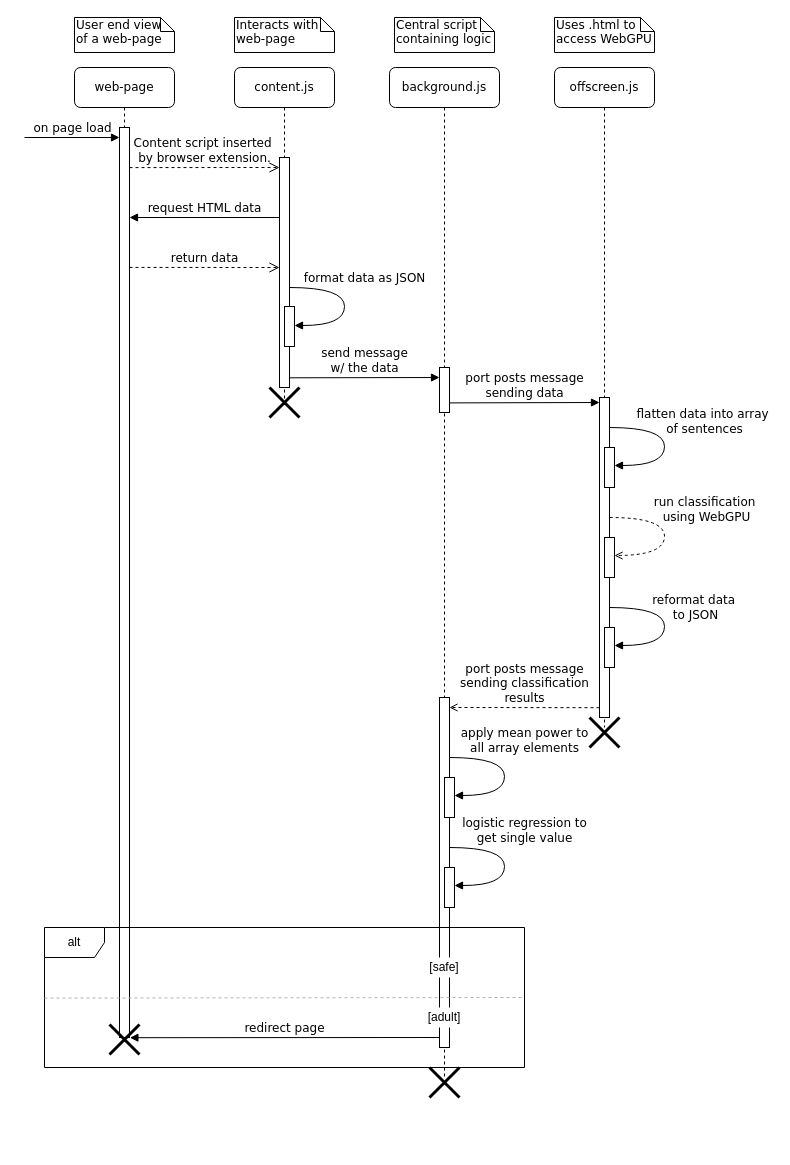
Before: diagrams/PyroBlockerSequenceBeta.drawio in 3cho11/PyroBlocker, a draw.io diagram. Source tidied: cells renumbered, new cells numbered last; positions are measured from the earlier drawing's top-left corner, leaving out a move shared by most shapes. Both pictures are drawn from the tidied source at 100%, with x=0, y=0 at pixel (24, 17).
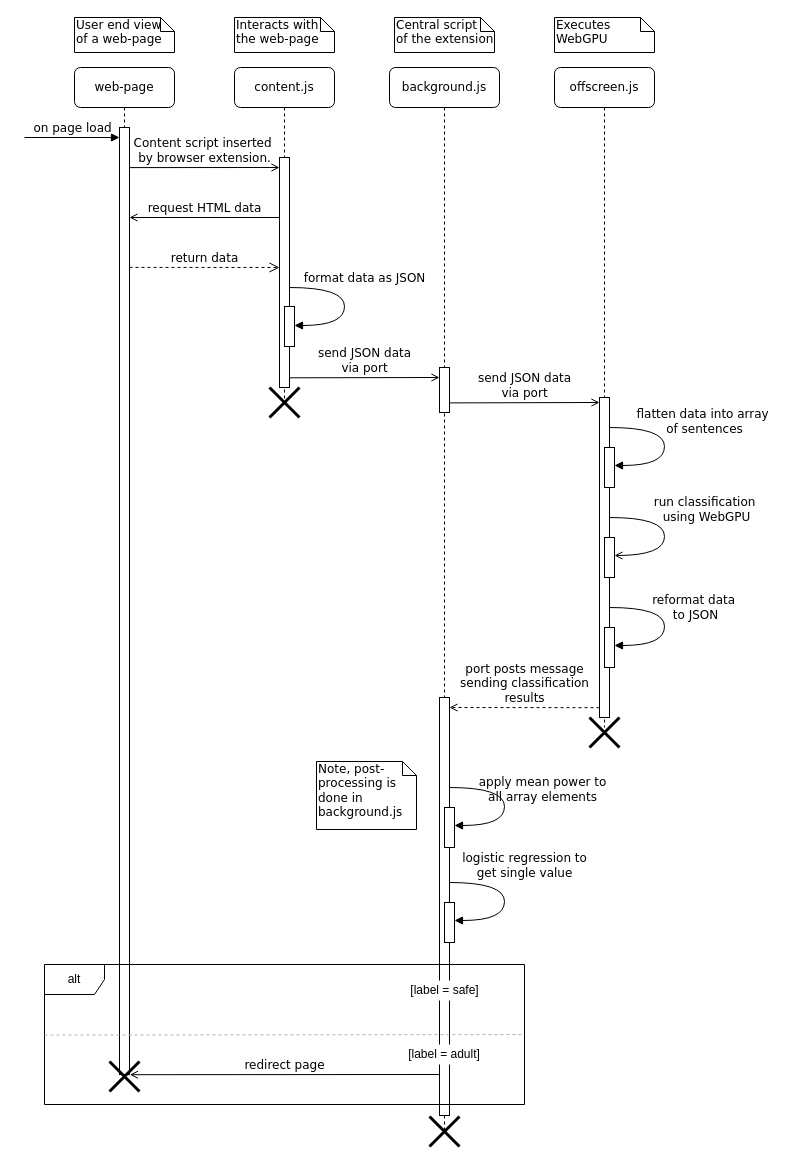
The same diagram, later.

Unchanged cells that the change refers to:
```xml
<mxCell id="11" value="offscreen.js" style="shape=umlLifeline;perimeter=lifelinePerimeter;whiteSpace=wrap;html=1;rounded=1;shadow=0;comic=0;labelBackgroundColor=none;strokeWidth=1;fontFamily=Verdana;fontSize=12;align=center;" parent="1" vertex="1">
  <mxGeometry x="530" y="50" width="100" height="660" as="geometry" />
</mxCell>
<mxCell id="23" value="content.js" style="shape=umlLifeline;perimeter=lifelinePerimeter;whiteSpace=wrap;html=1;rounded=1;shadow=0;comic=0;labelBackgroundColor=none;strokeWidth=1;fontFamily=Verdana;fontSize=12;align=center;" parent="1" vertex="1">
  <mxGeometry x="210" y="50" width="100" height="340" as="geometry" />
</mxCell>
```

The edit, as a diff of the source:
```diff
@@
     <mxCell id="2" value="background.js" style="shape=umlLifeline;perimeter=lifelinePerimeter;whiteSpace=wrap;html=1;rounded=1;shadow=0;comic=0;labelBackgroundColor=none;strokeWidth=1;fontFamily=Verdana;fontSize=12;align=center;" parent="1" vertex="1">
-      <mxGeometry x="365" y="50" width="110" height="1010" as="geometry" />
+      <mxGeometry x="365" y="50" width="110" height="1064" as="geometry" />
     </mxCell>
@@
     <mxCell id="4" style="html=1;perimeter=orthogonalPerimeter;rounded=0;shadow=0;comic=0;labelBackgroundColor=none;strokeWidth=1;fontFamily=Verdana;fontSize=12;align=center;" parent="2" vertex="1">
-      <mxGeometry x="50" y="630" width="10" height="350" as="geometry" />
+      <mxGeometry x="50" y="630" width="10" height="418" as="geometry" />
     </mxCell>
     <mxCell id="5" style="html=1;perimeter=orthogonalPerimeter;rounded=0;shadow=0;comic=0;labelBackgroundColor=none;strokeWidth=1;fontFamily=Verdana;fontSize=12;align=center;" parent="2" vertex="1">
-      <mxGeometry x="55" y="710" width="10" height="40" as="geometry" />
+      <mxGeometry x="55" y="740" width="10" height="40" as="geometry" />
     </mxCell>
     <mxCell id="6" value="apply mean power to&lt;br&gt;all array elements" style="html=1;verticalAlign=bottom;endArrow=block;labelBackgroundColor=none;fontFamily=Verdana;fontSize=12;elbow=vertical;edgeStyle=orthogonalEdgeStyle;curved=1;entryX=1;entryY=0.286;entryPerimeter=0;exitX=1.038;exitY=0.345;exitPerimeter=0;" parent="2" edge="1">
-      <mxGeometry x="-0.23" y="20" relative="1" as="geometry">
-        <mxPoint x="60" y="690" as="sourcePoint" />
-        <mxPoint x="65" y="728" as="targetPoint" />
+      <mxGeometry x="-0.23" y="19" relative="1" as="geometry">
+        <mxPoint x="60" y="720" as="sourcePoint" />
+        <mxPoint x="65" y="758" as="targetPoint" />
         <Array as="points">
-          <mxPoint x="115" y="690" />
-          <mxPoint x="115" y="728" />
+          <mxPoint x="115" y="720" />
+          <mxPoint x="115" y="758" />
         </Array>
+        <mxPoint x="19" y="19" as="offset" />
       </mxGeometry>
     </mxCell>
     <mxCell id="7" style="html=1;perimeter=orthogonalPerimeter;rounded=0;shadow=0;comic=0;labelBackgroundColor=none;strokeWidth=1;fontFamily=Verdana;fontSize=12;align=center;" parent="2" vertex="1">
-      <mxGeometry x="55" y="800" width="10" height="40" as="geometry" />
+      <mxGeometry x="55" y="835" width="10" height="40" as="geometry" />
     </mxCell>
     <mxCell id="8" value="logistic regression to &lt;br&gt;get single value" style="html=1;verticalAlign=bottom;endArrow=block;labelBackgroundColor=none;fontFamily=Verdana;fontSize=12;elbow=vertical;edgeStyle=orthogonalEdgeStyle;curved=1;entryX=1;entryY=0.286;entryPerimeter=0;exitX=1.038;exitY=0.345;exitPerimeter=0;" parent="2" edge="1">
       <mxGeometry x="-0.23" y="20" relative="1" as="geometry">
-        <mxPoint x="60" y="780" as="sourcePoint" />
-        <mxPoint x="65" y="818" as="targetPoint" />
+        <mxPoint x="60" y="815" as="sourcePoint" />
+        <mxPoint x="65" y="853" as="targetPoint" />
         <Array as="points">
-          <mxPoint x="115" y="780" />
-          <mxPoint x="115" y="818" />
+          <mxPoint x="115" y="815" />
+          <mxPoint x="115" y="853" />
         </Array>
       </mxGeometry>
     </mxCell>
-    <mxCell id="9" value="[safe]" style="rounded=0;whiteSpace=wrap;html=1;strokeColor=none;" parent="2" vertex="1">
-      <mxGeometry x="30" y="890" width="50" height="20" as="geometry" />
+    <mxCell id="9" value="[label = safe]" style="rounded=0;whiteSpace=wrap;html=1;strokeColor=none;" parent="2" vertex="1">
+      <mxGeometry x="17.5" y="913" width="75" height="20" as="geometry" />
     </mxCell>
-    <mxCell id="10" style="shape=umlDestroy;whiteSpace=wrap;html=1;strokeWidth=3;targetShapes=umlLifeline;" parent="2" vertex="1">
-      <mxGeometry x="40" y="1000" width="30" height="30" as="geometry" />
-    </mxCell>
@@
-    <mxCell id="14" value="&lt;div&gt;run classification&amp;nbsp;&lt;/div&gt;&lt;div&gt;using WebGPU&lt;/div&gt;" style="html=1;verticalAlign=bottom;endArrow=open;labelBackgroundColor=none;fontFamily=Verdana;fontSize=12;elbow=vertical;edgeStyle=orthogonalEdgeStyle;curved=1;entryX=1;entryY=0.286;entryPerimeter=0;exitX=1.038;exitY=0.345;exitPerimeter=0;dashed=1;endFill=0;" parent="11" edge="1">
+    <mxCell id="14" value="&lt;div&gt;run classification&amp;nbsp;&lt;/div&gt;&lt;div&gt;using WebGPU&lt;/div&gt;" style="html=1;verticalAlign=bottom;endArrow=open;labelBackgroundColor=none;fontFamily=Verdana;fontSize=12;elbow=vertical;edgeStyle=orthogonalEdgeStyle;curved=1;entryX=1;entryY=0.286;entryPerimeter=0;exitX=1.038;exitY=0.345;exitPerimeter=0;endFill=0;" parent="11" edge="1">
       <mxGeometry x="-0.1" y="42" relative="1" as="geometry">
         <mxPoint x="55" y="450" as="sourcePoint" />
         <mxPoint x="60" y="488" as="targetPoint" />
         <Array as="points">
           <mxPoint x="110" y="450" />
           <mxPoint x="110" y="488" />
         </Array>
       </mxGeometry>
     </mxCell>
@@
-    <mxCell id="19" value="port posts message&lt;br&gt;sending data" style="html=1;verticalAlign=bottom;endArrow=block;entryX=0;entryY=0;labelBackgroundColor=none;fontFamily=Verdana;fontSize=12;edgeStyle=elbowEdgeStyle;elbow=vertical;" parent="11" edge="1">
+    <mxCell id="19" value="&lt;div&gt;send JSON data&lt;/div&gt;&lt;div&gt;via port&lt;/div&gt;" style="html=1;verticalAlign=bottom;endArrow=open;entryX=0;entryY=0;labelBackgroundColor=none;fontFamily=Verdana;fontSize=12;edgeStyle=elbowEdgeStyle;elbow=vertical;endFill=0;" parent="11" edge="1">
       <mxGeometry relative="1" as="geometry">
         <mxPoint x="-105" y="335.4" as="sourcePoint" />
         <mxPoint x="45" y="335.3" as="targetPoint" />
       </mxGeometry>
     </mxCell>
     <mxCell id="20" value="web-page" style="shape=umlLifeline;perimeter=lifelinePerimeter;whiteSpace=wrap;html=1;rounded=1;shadow=0;comic=0;labelBackgroundColor=none;strokeWidth=1;fontFamily=Verdana;fontSize=12;align=center;" parent="1" vertex="1">
-      <mxGeometry x="50" y="50" width="100" height="970" as="geometry" />
+      <mxGeometry x="50" y="50" width="100" height="1007" as="geometry" />
     </mxCell>
     <mxCell id="21" style="html=1;perimeter=orthogonalPerimeter;rounded=0;shadow=0;comic=0;labelBackgroundColor=none;strokeWidth=1;fontFamily=Verdana;fontSize=12;align=center;" parent="20" vertex="1">
-      <mxGeometry x="45" y="60" width="10" height="910" as="geometry" />
+      <mxGeometry x="45" y="60" width="10" height="947" as="geometry" />
     </mxCell>
@@
-    <mxCell id="27" value="send message&lt;br&gt;w/ the data" style="html=1;verticalAlign=bottom;endArrow=block;entryX=0;entryY=0;labelBackgroundColor=none;fontFamily=Verdana;fontSize=12;edgeStyle=elbowEdgeStyle;elbow=vertical;" parent="23" edge="1">
+    <mxCell id="27" value="&lt;div&gt;send JSON data&lt;/div&gt;&lt;div&gt;via port&lt;/div&gt;" style="html=1;verticalAlign=bottom;endArrow=open;entryX=0;entryY=0;labelBackgroundColor=none;fontFamily=Verdana;fontSize=12;edgeStyle=elbowEdgeStyle;elbow=vertical;endFill=0;" parent="23" edge="1">
       <mxGeometry relative="1" as="geometry">
         <mxPoint x="55" y="310.3" as="sourcePoint" />
         <mxPoint x="205" y="310.2" as="targetPoint" />
       </mxGeometry>
     </mxCell>
@@
-    <mxCell id="29" value="&lt;div&gt;Interacts with&lt;/div&gt;&lt;div&gt;web-page&lt;br&gt;&lt;/div&gt;" style="shape=note;whiteSpace=wrap;html=1;size=14;verticalAlign=top;align=left;spacingTop=-6;rounded=0;shadow=0;comic=0;labelBackgroundColor=none;strokeWidth=1;fontFamily=Verdana;fontSize=12;" parent="1" vertex="1">
+    <mxCell id="29" value="&lt;div&gt;Interacts with&lt;/div&gt;&lt;div&gt;the web-page&lt;br&gt;&lt;/div&gt;" style="shape=note;whiteSpace=wrap;html=1;size=14;verticalAlign=top;align=left;spacingTop=-6;rounded=0;shadow=0;comic=0;labelBackgroundColor=none;strokeWidth=1;fontFamily=Verdana;fontSize=12;" parent="1" vertex="1">
       <mxGeometry x="210" width="100" height="35" as="geometry" />
     </mxCell>
-    <mxCell id="30" value="Central script&lt;br&gt;containing logic" style="shape=note;whiteSpace=wrap;html=1;size=14;verticalAlign=top;align=left;spacingTop=-6;rounded=0;shadow=0;comic=0;labelBackgroundColor=none;strokeWidth=1;fontFamily=Verdana;fontSize=12;" parent="1" vertex="1">
+    <mxCell id="30" value="&lt;div&gt;Central script&lt;/div&gt;&lt;div&gt;of the extension&lt;/div&gt;" style="shape=note;whiteSpace=wrap;html=1;size=14;verticalAlign=top;align=left;spacingTop=-6;rounded=0;shadow=0;comic=0;labelBackgroundColor=none;strokeWidth=1;fontFamily=Verdana;fontSize=12;" parent="1" vertex="1">
       <mxGeometry x="370" width="100" height="35" as="geometry" />
     </mxCell>
-    <mxCell id="31" value="&lt;div&gt;Uses .html to&lt;/div&gt;&lt;div&gt;access WebGPU&lt;br&gt;&lt;/div&gt;" style="shape=note;whiteSpace=wrap;html=1;size=14;verticalAlign=top;align=left;spacingTop=-6;rounded=0;shadow=0;comic=0;labelBackgroundColor=none;strokeWidth=1;fontFamily=Verdana;fontSize=12;" parent="1" vertex="1">
+    <mxCell id="31" value="&lt;div&gt;Executes&lt;/div&gt;&lt;div&gt;WebGPU&lt;/div&gt;" style="shape=note;whiteSpace=wrap;html=1;size=14;verticalAlign=top;align=left;spacingTop=-6;rounded=0;shadow=0;comic=0;labelBackgroundColor=none;strokeWidth=1;fontFamily=Verdana;fontSize=12;" parent="1" vertex="1">
       <mxGeometry x="530" width="100" height="35" as="geometry" />
     </mxCell>
@@
-    <mxCell id="33" value="&lt;div&gt;Content script inserted&amp;nbsp;&lt;/div&gt;&lt;div&gt;by browser extension.&lt;br&gt;&lt;/div&gt;" style="html=1;verticalAlign=bottom;endArrow=open;entryX=0;entryY=0;labelBackgroundColor=none;fontFamily=Verdana;fontSize=12;edgeStyle=elbowEdgeStyle;elbow=vertical;dashed=1;endSize=8;endFill=0;" parent="1" edge="1">
+    <mxCell id="33" value="&lt;div&gt;Content script inserted&amp;nbsp;&lt;/div&gt;&lt;div&gt;by browser extension.&lt;br&gt;&lt;/div&gt;" style="html=1;verticalAlign=bottom;endArrow=open;entryX=0;entryY=0;labelBackgroundColor=none;fontFamily=Verdana;fontSize=12;edgeStyle=elbowEdgeStyle;elbow=vertical;endSize=6;endFill=0;" parent="1" edge="1">
       <mxGeometry relative="1" as="geometry">
         <mxPoint x="105" y="150.1" as="sourcePoint" />
         <mxPoint x="255" y="150" as="targetPoint" />
       </mxGeometry>
     </mxCell>
-    <mxCell id="34" value="request HTML data" style="html=1;verticalAlign=bottom;endArrow=block;labelBackgroundColor=none;fontFamily=Verdana;fontSize=12;edgeStyle=elbowEdgeStyle;elbow=vertical;" parent="1" edge="1">
+    <mxCell id="34" value="request HTML data" style="html=1;verticalAlign=bottom;endArrow=open;labelBackgroundColor=none;fontFamily=Verdana;fontSize=12;edgeStyle=elbowEdgeStyle;elbow=vertical;endFill=0;" parent="1" edge="1">
       <mxGeometry relative="1" as="geometry">
         <mxPoint x="255" y="200" as="sourcePoint" />
         <mxPoint x="105" y="200.3" as="targetPoint" />
       </mxGeometry>
     </mxCell>
@@
     <mxCell id="36" value="alt" style="shape=umlFrame;whiteSpace=wrap;html=1;" parent="1" vertex="1">
-      <mxGeometry x="20" y="910" width="480" height="140" as="geometry" />
+      <mxGeometry x="20" y="947" width="480" height="140" as="geometry" />
     </mxCell>
-    <mxCell id="37" value="redirect page" style="html=1;verticalAlign=bottom;endArrow=block;labelBackgroundColor=none;fontFamily=Verdana;fontSize=12;edgeStyle=elbowEdgeStyle;elbow=vertical;exitX=-0.09;exitY=0.828;exitDx=0;exitDy=0;exitPerimeter=0;" parent="1" edge="1">
+    <mxCell id="37" value="redirect page" style="html=1;verticalAlign=bottom;endArrow=open;labelBackgroundColor=none;fontFamily=Verdana;fontSize=12;edgeStyle=elbowEdgeStyle;elbow=vertical;exitX=-0.09;exitY=0.828;exitDx=0;exitDy=0;exitPerimeter=0;endFill=0;" parent="1" edge="1">
       <mxGeometry relative="1" as="geometry">
-        <mxPoint x="414.5" y="1020" as="sourcePoint" />
-        <mxPoint x="105.4" y="1020.2" as="targetPoint" />
+        <mxPoint x="414.5" y="1057" as="sourcePoint" />
+        <mxPoint x="105.4" y="1057.2" as="targetPoint" />
         <Array as="points">
-          <mxPoint x="415.5" y="1020.2" />
+          <mxPoint x="415.5" y="1057.2" />
         </Array>
       </mxGeometry>
     </mxCell>
-    <mxCell id="38" value="[adult]" style="rounded=0;whiteSpace=wrap;html=1;strokeColor=none;" parent="1" vertex="1">
-      <mxGeometry x="395" y="990" width="50" height="20" as="geometry" />
+    <mxCell id="38" value="[label = adult]" style="rounded=0;whiteSpace=wrap;html=1;strokeColor=none;" parent="1" vertex="1">
+      <mxGeometry x="380" y="1027" width="80" height="20" as="geometry" />
     </mxCell>
     <mxCell id="39" style="endArrow=none;dashed=1;html=1;rounded=0;exitX=0.001;exitY=0.562;exitDx=0;exitDy=0;exitPerimeter=0;entryX=1.001;entryY=0.558;entryDx=0;entryDy=0;entryPerimeter=0;fillColor=#bac8d3;strokeColor=#B3B3B3;" parent="1" edge="1">
       <mxGeometry relative="1" as="geometry">
-        <mxPoint x="20" y="980.6" as="sourcePoint" />
-        <mxPoint x="500" y="980" as="targetPoint" />
+        <mxPoint x="20" y="1017.6" as="sourcePoint" />
+        <mxPoint x="500" y="1017" as="targetPoint" />
       </mxGeometry>
     </mxCell>
     <mxCell id="40" style="shape=umlDestroy;whiteSpace=wrap;html=1;strokeWidth=3;targetShapes=umlLifeline;" parent="1" vertex="1">
-      <mxGeometry x="85" y="1007" width="30" height="30" as="geometry" />
+      <mxGeometry x="85" y="1044" width="30" height="30" as="geometry" />
     </mxCell>
@@
+    <mxCell id="10" style="shape=umlDestroy;whiteSpace=wrap;html=1;strokeWidth=3;targetShapes=umlLifeline;" parent="1" vertex="1">
+      <mxGeometry x="405" y="1099" width="30" height="30" as="geometry" />
+    </mxCell>
+    <mxCell id="43" value="Note, post-processing is done in background.js" style="shape=note;whiteSpace=wrap;html=1;size=14;verticalAlign=top;align=left;spacingTop=-6;rounded=0;shadow=0;comic=0;labelBackgroundColor=none;strokeWidth=1;fontFamily=Verdana;fontSize=12;" parent="1" vertex="1">
+      <mxGeometry x="292" y="744" width="100" height="68" as="geometry" />
+    </mxCell>
```
